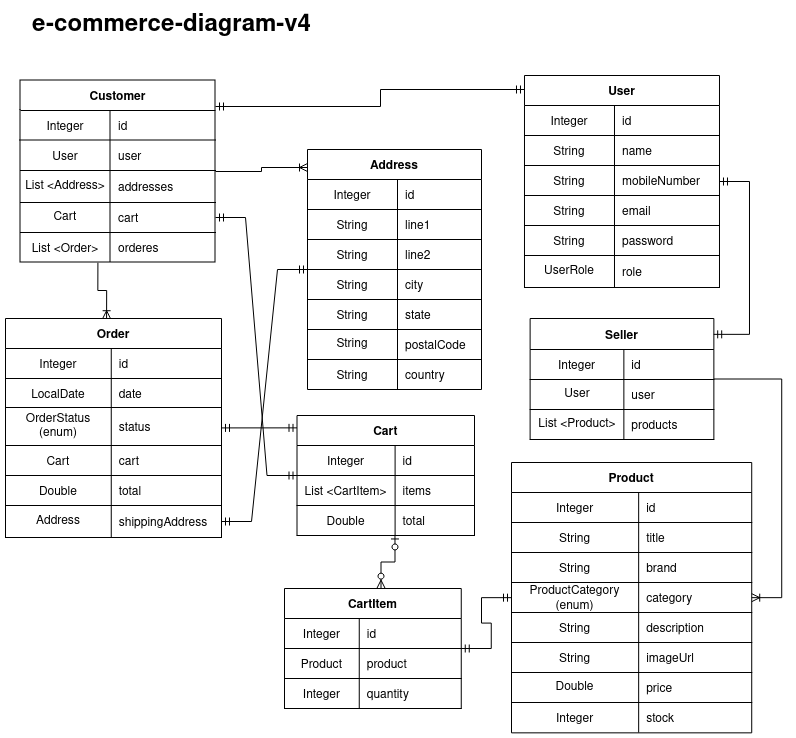
The draw.io diagram src/main/resources/static/img/e-commerce-diagram.png in nadimnesar/e-commerce-platform-spring-boot-backend, before a commit. Source tidied: cells renumbered, new cells last; positions are measured from the earlier drawing's top-left corner, leaving out a move shared by most shapes.
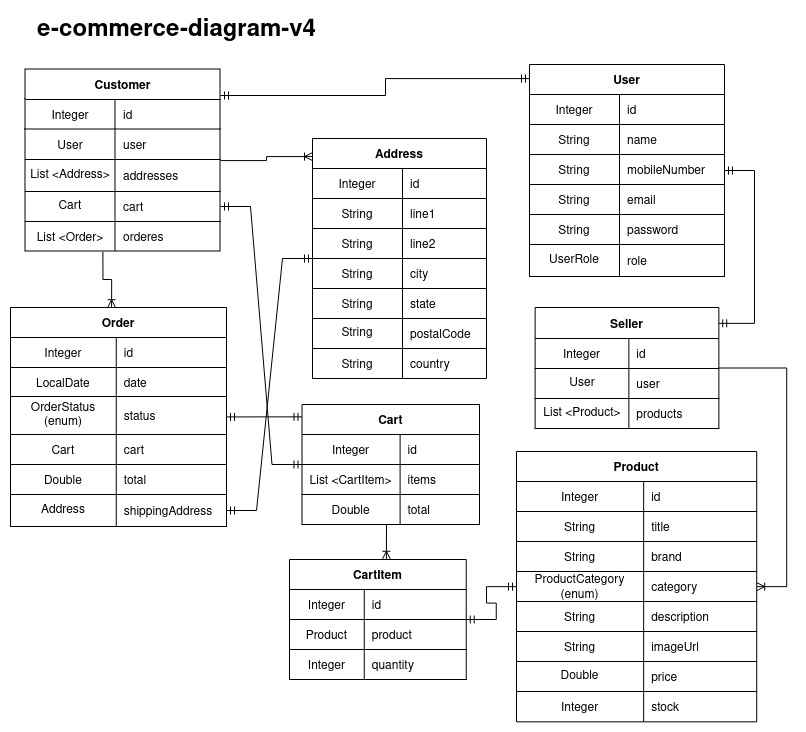
After the change.

The edit, as a diff of the source:
```diff
@@ -210,7 +210,7 @@
       <mxGeometry relative="1" as="geometry" />
     </mxCell>
     <mxCell id="71" value="CartItem" style="shape=table;startSize=30;rowLines=0;fontStyle=1;align=center;labelBackgroundColor=none;rounded=0;" parent="1" vertex="1">
-      <mxGeometry x="279" y="583" width="176.8" height="120" as="geometry" />
+      <mxGeometry x="279" y="565" width="176.8" height="120" as="geometry" />
     </mxCell>
     <mxCell id="72" style="shape=partialRectangle;fillColor=none;top=0;left=0;right=0;bottom=1;labelBackgroundColor=none;rounded=0;" parent="71" vertex="1">
       <mxGeometry y="30" width="176.8" height="30" as="geometry" />
@@ -239,9 +239,6 @@
     <mxCell id="80" value="quantity" style="shape=partialRectangle;overflow=hidden;fillColor=none;top=0;left=0;bottom=0;right=0;align=left;spacingLeft=6;fontStyle=0;labelBackgroundColor=none;rounded=0;" parent="78" vertex="1">
       <mxGeometry x="74.8" width="102" height="30" as="geometry" />
     </mxCell>
-    <mxCell id="81" style="fontSize=12;html=1;endArrow=ERzeroToMany;startArrow=ERzeroToOne;rounded=0;exitX=0.552;exitY=0.982;exitDx=0;exitDy=0;exitPerimeter=0;entryX=0.546;entryY=-0.003;entryDx=0;entryDy=0;entryPerimeter=0;edgeStyle=orthogonalEdgeStyle;" parent="1" edge="1" source="47" target="71">
-      <mxGeometry relative="1" as="geometry" />
-    </mxCell>
     <mxCell id="82" value="Product" style="shape=table;startSize=30;rowLines=0;fontStyle=1;align=center;labelBackgroundColor=none;rounded=0;" parent="1" vertex="1">
       <mxGeometry x="506" y="457" width="240.2" height="270.4" as="geometry" />
     </mxCell>
@@ -351,7 +348,7 @@
       <mxGeometry relative="1" as="geometry" />
     </mxCell>
     <mxCell id="118" value="e-commerce-diagram-v4" style="text;strokeColor=none;fillColor=none;html=1;fontSize=24;fontStyle=1;verticalAlign=middle;align=center;" parent="1" vertex="1">
-      <mxGeometry width="331" height="40" as="geometry" />
+      <mxGeometry y="16" width="331" height="40" as="geometry" />
     </mxCell>
     <mxCell id="119" value="User" style="shape=table;startSize=30;rowLines=0;fontStyle=1;align=center;labelBackgroundColor=none;rounded=0;" parent="1" vertex="1">
       <mxGeometry x="519" y="70" width="195" height="212" as="geometry" />
@@ -438,5 +435,8 @@
     <mxCell id="143" style="fontSize=12;html=1;endArrow=ERmandOne;startArrow=ERmandOne;rounded=0;entryX=0;entryY=0.103;entryDx=0;entryDy=0;entryPerimeter=0;" parent="1" edge="1" source="50" target="40">
       <mxGeometry relative="1" as="geometry" />
     </mxCell>
+    <mxCell id="81" style="fontSize=12;html=1;endArrow=ERoneToMany;rounded=0;exitX=0.476;exitY=1.011;exitDx=0;exitDy=0;exitPerimeter=0;entryX=0.548;entryY=-0.002;entryDx=0;entryDy=0;entryPerimeter=0;" parent="1" edge="1" source="47" target="71">
+      <mxGeometry relative="1" as="geometry" />
+    </mxCell>
   </root>
 </mxGraphModel>
```
